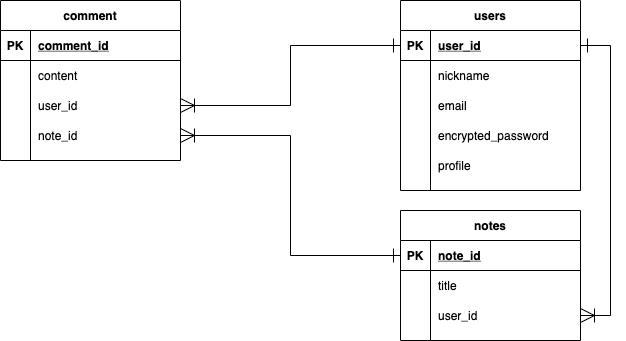
This is mynotes.png from LIFE-enjoy/mynotes, a draw.io export, as it was before one commit. Source tidied: cells renumbered, new cells last; positions are measured from the earlier drawing's top-left corner, leaving out a move shared by most shapes.
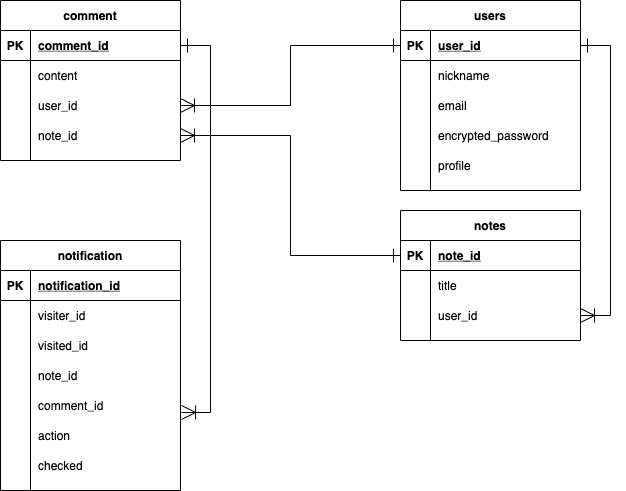
The same diagram one commit later.

The edit, as a diff of the source:
```diff
@@ -128,5 +128,74 @@
     <mxCell id="43" style="edgeStyle=orthogonalEdgeStyle;rounded=0;jettySize=auto;html=1;exitX=1;exitY=0.5;exitDx=0;exitDy=0;entryX=1;entryY=0.5;entryDx=0;entryDy=0;startArrow=ERoneToMany;startFill=0;startSize=12;endArrow=ERone;endFill=0;endSize=12;" parent="1" edge="1" source="25" target="3">
       <mxGeometry relative="1" as="geometry" />
     </mxCell>
+    <mxCell id="44" value="notification" style="shape=table;startSize=30;rowLines=0;fontStyle=1;align=center;" parent="1" vertex="1">
+      <mxGeometry y="240" width="180" height="250" as="geometry" />
+    </mxCell>
+    <mxCell id="45" style="shape=partialRectangle;fillColor=none;top=0;left=0;bottom=1;right=0;" parent="44" vertex="1">
+      <mxGeometry y="30" width="180" height="30" as="geometry" />
+    </mxCell>
+    <mxCell id="46" value="PK" style="shape=partialRectangle;fillColor=none;top=0;left=0;bottom=0;right=0;fontStyle=1;overflow=hidden;" parent="45" vertex="1">
+      <mxGeometry width="30" height="30" as="geometry" />
+    </mxCell>
+    <mxCell id="47" value="notification_id" style="shape=partialRectangle;fillColor=none;top=0;left=0;bottom=0;right=0;align=left;spacingLeft=6;fontStyle=5;overflow=hidden;" parent="45" vertex="1">
+      <mxGeometry x="30" width="150" height="30" as="geometry" />
+    </mxCell>
+    <mxCell id="48" style="shape=partialRectangle;fillColor=none;top=0;left=0;bottom=0;right=0;" parent="44" vertex="1">
+      <mxGeometry y="60" width="180" height="30" as="geometry" />
+    </mxCell>
+    <mxCell id="49" style="shape=partialRectangle;fillColor=none;top=0;left=0;bottom=0;right=0;overflow=hidden;" parent="48" vertex="1">
+      <mxGeometry width="30" height="30" as="geometry" />
+    </mxCell>
+    <mxCell id="50" value="visiter_id" style="shape=partialRectangle;fillColor=none;top=0;left=0;bottom=0;right=0;align=left;spacingLeft=6;overflow=hidden;" parent="48" vertex="1">
+      <mxGeometry x="30" width="150" height="30" as="geometry" />
+    </mxCell>
+    <mxCell id="51" style="shape=partialRectangle;fillColor=none;top=0;left=0;bottom=0;right=0;" parent="44" vertex="1">
+      <mxGeometry y="90" width="180" height="30" as="geometry" />
+    </mxCell>
+    <mxCell id="52" style="shape=partialRectangle;fillColor=none;top=0;left=0;bottom=0;right=0;overflow=hidden;" parent="51" vertex="1">
+      <mxGeometry width="30" height="30" as="geometry" />
+    </mxCell>
+    <mxCell id="53" value="visited_id" style="shape=partialRectangle;fillColor=none;top=0;left=0;bottom=0;right=0;align=left;spacingLeft=6;overflow=hidden;" parent="51" vertex="1">
+      <mxGeometry x="30" width="150" height="30" as="geometry" />
+    </mxCell>
+    <mxCell id="54" style="shape=partialRectangle;fillColor=none;top=0;left=0;bottom=0;right=0;" parent="44" vertex="1">
+      <mxGeometry y="120" width="180" height="30" as="geometry" />
+    </mxCell>
+    <mxCell id="55" style="shape=partialRectangle;fillColor=none;top=0;left=0;bottom=0;right=0;overflow=hidden;" parent="54" vertex="1">
+      <mxGeometry width="30" height="30" as="geometry" />
+    </mxCell>
+    <mxCell id="56" value="note_id" style="shape=partialRectangle;fillColor=none;top=0;left=0;bottom=0;right=0;align=left;spacingLeft=6;overflow=hidden;" parent="54" vertex="1">
+      <mxGeometry x="30" width="150" height="30" as="geometry" />
+    </mxCell>
+    <mxCell id="57" style="shape=partialRectangle;fillColor=none;top=0;left=0;bottom=0;right=0;points=[[0,0.5],[1,0.5]];portConstraint=eastwest;" parent="44" vertex="1">
+      <mxGeometry y="150" width="180" height="30" as="geometry" />
+    </mxCell>
+    <mxCell id="58" style="shape=partialRectangle;fillColor=none;top=0;left=0;bottom=0;right=0;overflow=hidden;" parent="57" vertex="1">
+      <mxGeometry width="30" height="30" as="geometry" />
+    </mxCell>
+    <mxCell id="59" value="comment_id" style="shape=partialRectangle;fillColor=none;top=0;left=0;bottom=0;right=0;align=left;spacingLeft=6;overflow=hidden;" parent="57" vertex="1">
+      <mxGeometry x="30" width="150" height="30" as="geometry" />
+    </mxCell>
+    <mxCell id="60" style="shape=partialRectangle;fillColor=none;top=0;left=0;bottom=0;right=0;" parent="44" vertex="1">
+      <mxGeometry y="180" width="180" height="30" as="geometry" />
+    </mxCell>
+    <mxCell id="61" style="shape=partialRectangle;fillColor=none;top=0;left=0;bottom=0;right=0;overflow=hidden;" parent="60" vertex="1">
+      <mxGeometry width="30" height="30" as="geometry" />
+    </mxCell>
+    <mxCell id="62" value="action" style="shape=partialRectangle;fillColor=none;top=0;left=0;bottom=0;right=0;align=left;spacingLeft=6;overflow=hidden;" parent="60" vertex="1">
+      <mxGeometry x="30" width="150" height="30" as="geometry" />
+    </mxCell>
+    <mxCell id="63" style="shape=partialRectangle;fillColor=none;top=0;left=0;bottom=0;right=0;" parent="44" vertex="1">
+      <mxGeometry y="210" width="180" height="30" as="geometry" />
+    </mxCell>
+    <mxCell id="64" style="shape=partialRectangle;fillColor=none;top=0;left=0;bottom=0;right=0;overflow=hidden;" parent="63" vertex="1">
+      <mxGeometry width="30" height="30" as="geometry" />
+    </mxCell>
+    <mxCell id="65" value="checked" style="shape=partialRectangle;fillColor=none;top=0;left=0;bottom=0;right=0;align=left;spacingLeft=6;overflow=hidden;" parent="63" vertex="1">
+      <mxGeometry x="30" width="150" height="30" as="geometry" />
+    </mxCell>
+    <mxCell id="66" style="edgeStyle=orthogonalEdgeStyle;rounded=0;jettySize=auto;html=1;exitX=1;exitY=0.5;exitDx=0;exitDy=0;entryX=1.006;entryY=0.733;entryDx=0;entryDy=0;entryPerimeter=0;endArrow=ERoneToMany;endFill=0;startArrow=ERone;startFill=0;jumpSize=6;endSize=12;startSize=12;" parent="1" edge="1" source="29" target="57">
+      <mxGeometry relative="1" as="geometry" />
+    </mxCell>
   </root>
 </mxGraphModel>
```
